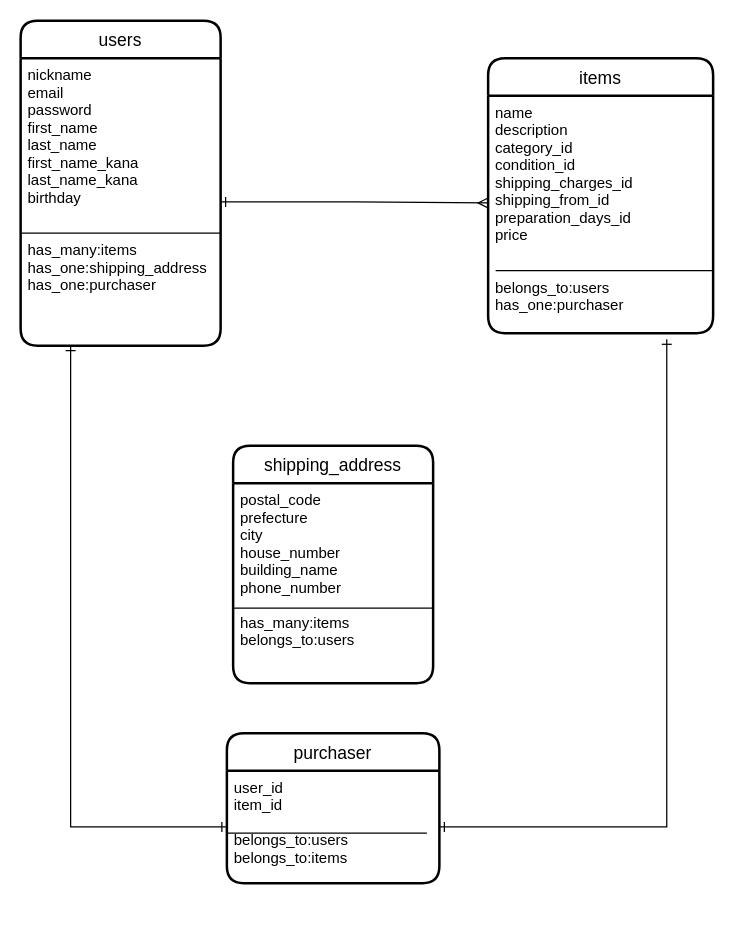
Before: furima.dio in ryo1997/furima-29800, a draw.io diagram. Source tidied: cells renumbered, new cells numbered last; positions are measured from the earlier drawing's top-left corner, leaving out a move shared by most shapes. Both pictures are drawn from the tidied source at 125%, with x=0, y=0 at pixel (20, 20).
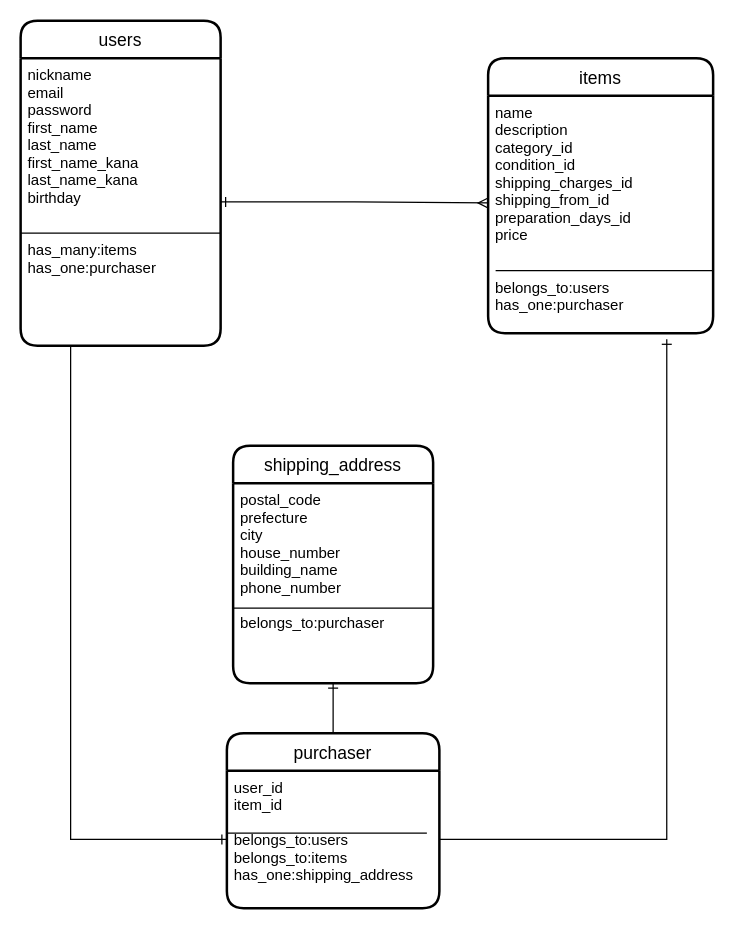
The same diagram, later.

Commit message (it also covers changes not shown here):
purchaserテーブルの外部キー記述

Unchanged cells that the change refers to:
```xml
<mxCell id="2" value="users" style="swimlane;horizontal=1;startSize=30;rounded=1;fontSize=14;fontStyle=0;strokeWidth=2;shadow=0;dashed=0;align=center;" parent="1" vertex="1">
  <mxGeometry width="160" height="260" as="geometry" />
</mxCell>
<mxCell id="7" value="shipping_address" style="swimlane;horizontal=1;startSize=30;rounded=1;fontSize=14;fontStyle=0;strokeWidth=2;shadow=0;dashed=0;align=center;" parent="1" vertex="1">
  <mxGeometry x="170" y="340" width="160" height="190" as="geometry" />
</mxCell>
<mxCell id="11" value="name &#10;description&#10;category_id&#10;condition_id&#10;shipping_charges_id&#10;shipping_from_id&#10;preparation_days_id&#10;price&#10;&#10;&#10;belongs_to:users&#10;has_one:purchaser" style="align=left;strokeColor=none;fillColor=none;spacingLeft=4;fontSize=12;verticalAlign=top;" parent="10" vertex="1">
  <mxGeometry y="30" width="180" height="190" as="geometry" />
</mxCell>
```

Change to the diagram source:
```diff
@@
-    <mxCell id="3" value="nickname&#10;email&#10;password&#10;first_name&#10;last_name&#10;first_name_kana&#10;last_name_kana&#10;birthday&#10;&#10;&#10;has_many:items&#10;has_one:shipping_address&#10;has_one:purchaser&#10;" style="align=left;strokeColor=none;fillColor=none;spacingLeft=4;fontSize=12;verticalAlign=top;" parent="2" vertex="1">
+    <mxCell id="3" value="nickname&#10;email&#10;password&#10;first_name&#10;last_name&#10;first_name_kana&#10;last_name_kana&#10;birthday&#10;&#10;&#10;has_many:items&#10;has_one:purchaser&#10;" style="align=left;strokeColor=none;fillColor=none;spacingLeft=4;fontSize=12;verticalAlign=top;" parent="2" vertex="1">
       <mxGeometry y="30" width="160" height="230" as="geometry" />
     </mxCell>
@@
-    <mxCell id="8" value="postal_code&#10;prefecture&#10;city&#10;house_number&#10;building_name&#10;phone_number&#10;&#10;has_many:items&#10;belongs_to:users&#10;&#10;" style="align=left;strokeColor=none;fillColor=none;spacingLeft=4;fontSize=12;verticalAlign=top;" parent="7" vertex="1">
+    <mxCell id="8" value="postal_code&#10;prefecture&#10;city&#10;house_number&#10;building_name&#10;phone_number&#10;&#10;belongs_to:purchaser" style="align=left;strokeColor=none;fillColor=none;spacingLeft=4;fontSize=12;verticalAlign=top;" parent="7" vertex="1">
       <mxGeometry y="30" width="160" height="160" as="geometry" />
     </mxCell>
@@
+    <mxCell id="20" style="edgeStyle=orthogonalEdgeStyle;rounded=0;jettySize=auto;html=1;exitX=0.5;exitY=0;exitDx=0;exitDy=0;entryX=0.5;entryY=1;entryDx=0;entryDy=0;startArrow=none;startFill=0;endArrow=ERone;endFill=0;" parent="1" edge="1" source="15" target="8">
+      <mxGeometry relative="1" as="geometry" />
+    </mxCell>
     <mxCell id="15" value="purchaser" style="swimlane;horizontal=1;startSize=30;rounded=1;fontSize=14;fontStyle=0;strokeWidth=2;shadow=0;dashed=0;align=center;" parent="1" vertex="1">
-      <mxGeometry x="165" y="570" width="170" height="120" as="geometry" />
+      <mxGeometry x="165" y="570" width="170" height="140" as="geometry" />
     </mxCell>
-    <mxCell id="16" value="user_id&#10;item_id&#10;&#10;belongs_to:users&#10;belongs_to:items" style="align=left;strokeColor=none;fillColor=none;spacingLeft=4;fontSize=12;verticalAlign=top;" parent="15" vertex="1">
-      <mxGeometry y="30" width="170" height="90" as="geometry" />
+    <mxCell id="16" value="user_id&#10;item_id&#10;&#10;belongs_to:users&#10;belongs_to:items&#10;has_one:shipping_address" style="align=left;strokeColor=none;fillColor=none;spacingLeft=4;fontSize=12;verticalAlign=top;" parent="15" vertex="1">
+      <mxGeometry y="30" width="170" height="110" as="geometry" />
     </mxCell>
@@
-    <mxCell id="18" style="edgeStyle=orthogonalEdgeStyle;rounded=0;jettySize=auto;html=1;exitX=0.25;exitY=1;exitDx=0;exitDy=0;entryX=0;entryY=0.5;entryDx=0;entryDy=0;startArrow=ERone;startFill=0;endArrow=ERone;endFill=0;" parent="1" edge="1" source="3" target="16">
+    <mxCell id="18" style="edgeStyle=orthogonalEdgeStyle;rounded=0;jettySize=auto;html=1;exitX=0.25;exitY=1;exitDx=0;exitDy=0;entryX=0;entryY=0.5;entryDx=0;entryDy=0;startArrow=none;startFill=0;endArrow=ERone;endFill=0;" parent="1" edge="1" source="3" target="16">
       <mxGeometry relative="1" as="geometry" />
     </mxCell>
-    <mxCell id="19" style="edgeStyle=orthogonalEdgeStyle;rounded=0;jettySize=auto;html=1;exitX=1;exitY=0.5;exitDx=0;exitDy=0;entryX=0.794;entryY=1.026;entryDx=0;entryDy=0;entryPerimeter=0;startArrow=ERone;startFill=0;endArrow=ERone;endFill=0;" parent="1" edge="1" source="16" target="11">
+    <mxCell id="19" style="edgeStyle=orthogonalEdgeStyle;rounded=0;jettySize=auto;html=1;exitX=1;exitY=0.5;exitDx=0;exitDy=0;entryX=0.794;entryY=1.026;entryDx=0;entryDy=0;entryPerimeter=0;startArrow=none;startFill=0;endArrow=ERone;endFill=0;" parent="1" edge="1" source="16" target="11">
       <mxGeometry relative="1" as="geometry" />
     </mxCell>
```
